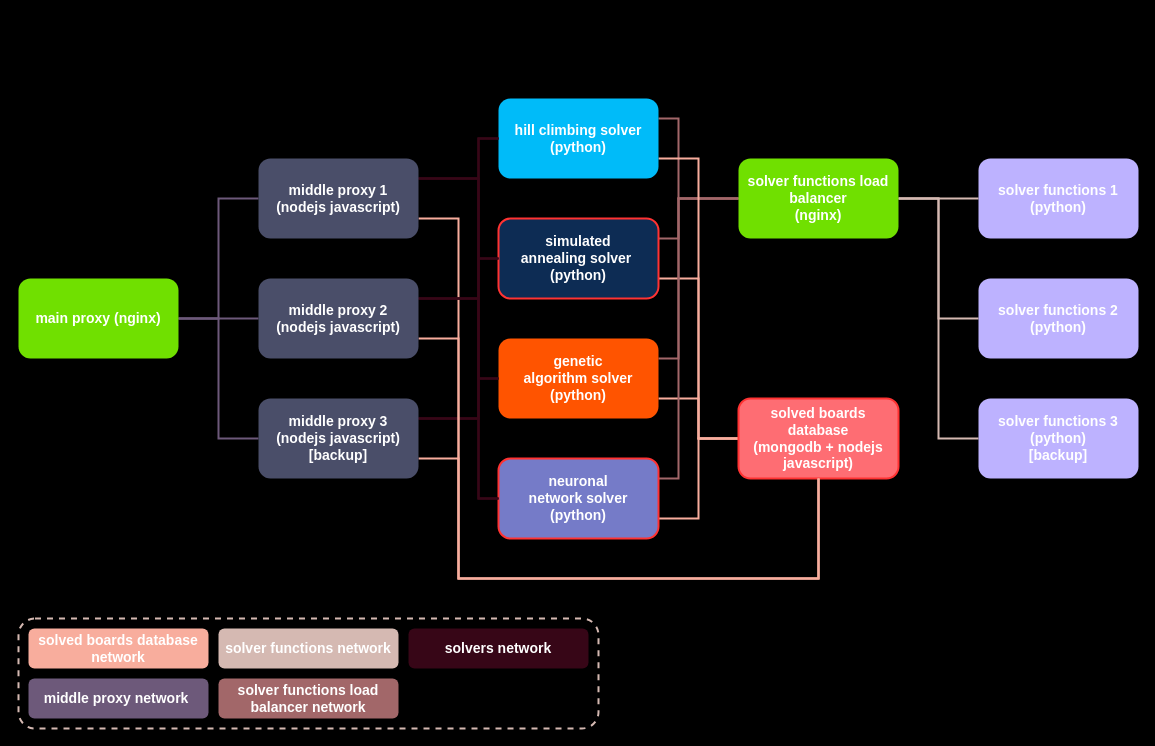
joseesco24/sudoku_solver keeps this draw.io diagram as images/sudoku_solver.drawio. Above is the earlier version. Source tidied: cells renumbered, new cells numbered last; positions are measured from the earlier drawing's top-left corner, leaving out a move shared by most shapes. Both pictures are drawn from the tidied source at 100%, with x=0, y=0 at pixel (18, 98).
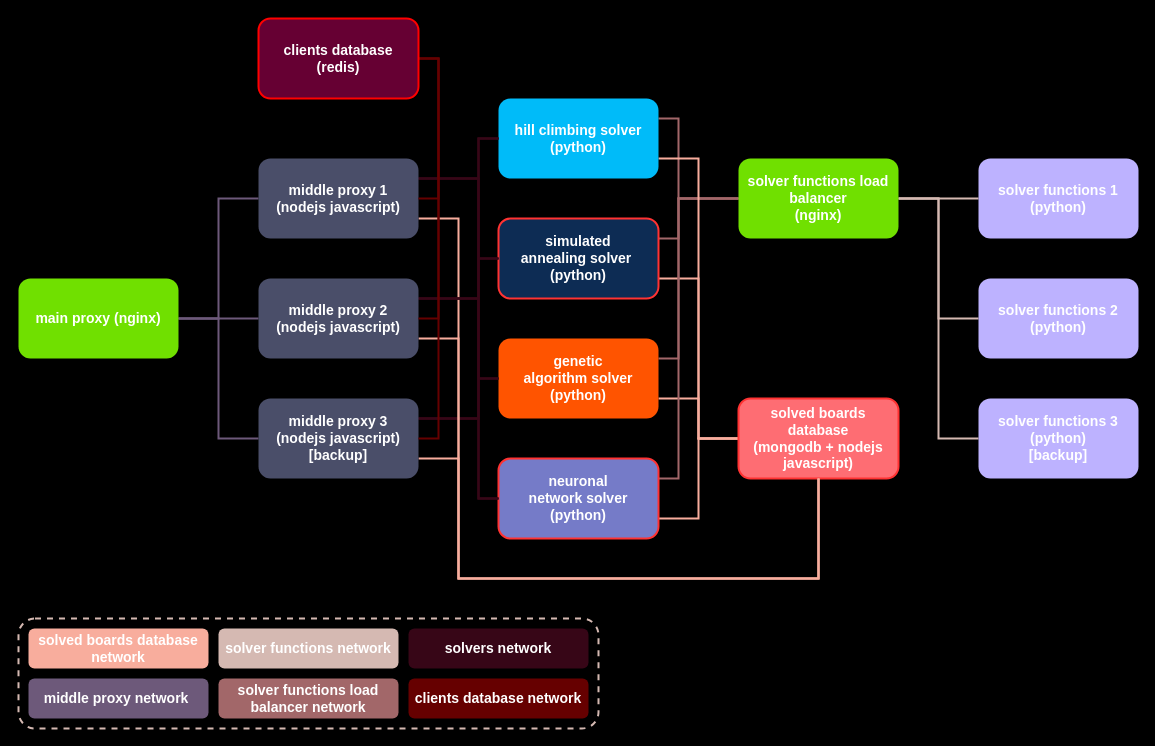
After the change.

Commit message (it also covers changes not shown here):
se incluyo un nuevo contenedor en el diseño de la aplicacion

Unchanged cells that the change refers to:
```xml
<mxCell id="36" value="&lt;font color=&quot;#ffffff&quot;&gt;&lt;span style=&quot;font-size: 14px&quot;&gt;&lt;b&gt;middle proxy&lt;/b&gt;&lt;/span&gt;&lt;b style=&quot;font-size: 14px&quot;&gt;&amp;nbsp;3&lt;/b&gt;&lt;br&gt;&lt;b style=&quot;font-size: 14px&quot;&gt;(nodejs javascript)&lt;/b&gt;&lt;br&gt;&lt;b style=&quot;font-size: 14px&quot;&gt;[backup]&lt;/b&gt;&lt;br&gt;&lt;/font&gt;" style="rounded=1;whiteSpace=wrap;html=1;strokeWidth=2;strokeColor=none;fillColor=#4a4e69;" parent="1" vertex="1">
  <mxGeometry x="240" y="300" width="160" height="80" as="geometry" />
</mxCell>
<mxCell id="43" value="&lt;font color=&quot;#ffffff&quot;&gt;&lt;span style=&quot;font-size: 14px&quot;&gt;&lt;b&gt;middle proxy&amp;nbsp;&lt;/b&gt;&lt;/span&gt;&lt;b style=&quot;font-size: 14px&quot;&gt;1&lt;/b&gt;&lt;br&gt;&lt;b style=&quot;font-size: 14px&quot;&gt;(nodejs javascript)&lt;/b&gt;&lt;/font&gt;" style="rounded=1;whiteSpace=wrap;html=1;strokeWidth=2;strokeColor=none;fillColor=#4a4e69;" parent="1" vertex="1">
  <mxGeometry x="240" y="60" width="160" height="80" as="geometry" />
</mxCell>
<mxCell id="49" value="&lt;font color=&quot;#ffffff&quot;&gt;&lt;span style=&quot;font-size: 14px&quot;&gt;&lt;b&gt;middle proxy&lt;/b&gt;&lt;/span&gt;&lt;b style=&quot;font-size: 14px&quot;&gt;&amp;nbsp;2&lt;/b&gt;&lt;br&gt;&lt;b style=&quot;font-size: 14px&quot;&gt;(nodejs javascript)&lt;/b&gt;&lt;/font&gt;" style="rounded=1;whiteSpace=wrap;html=1;strokeWidth=2;strokeColor=none;fillColor=#4a4e69;" parent="1" vertex="1">
  <mxGeometry x="240" y="180" width="160" height="80" as="geometry" />
</mxCell>
```

Change to the diagram source:
```diff
@@
+    <mxCell id="50" style="edgeStyle=orthogonalEdgeStyle;rounded=0;jettySize=auto;html=1;exitX=1;exitY=0.5;exitDx=0;exitDy=0;entryX=1;entryY=0.5;entryDx=0;entryDy=0;strokeWidth=2;endArrow=none;endFill=0;strokeColor=#660000;" parent="1" edge="1" source="53" target="43">
+      <mxGeometry relative="1" as="geometry" />
+    </mxCell>
+    <mxCell id="51" style="edgeStyle=orthogonalEdgeStyle;rounded=0;jettySize=auto;html=1;exitX=1;exitY=0.5;exitDx=0;exitDy=0;entryX=1;entryY=0.5;entryDx=0;entryDy=0;endArrow=none;endFill=0;strokeColor=#660000;strokeWidth=2;" parent="1" edge="1" source="53" target="49">
+      <mxGeometry relative="1" as="geometry" />
+    </mxCell>
+    <mxCell id="52" style="edgeStyle=orthogonalEdgeStyle;rounded=0;jettySize=auto;html=1;exitX=1;exitY=0.5;exitDx=0;exitDy=0;entryX=1;entryY=0.5;entryDx=0;entryDy=0;endArrow=none;endFill=0;strokeColor=#660000;strokeWidth=2;" parent="1" edge="1" source="53" target="36">
+      <mxGeometry relative="1" as="geometry" />
+    </mxCell>
+    <mxCell id="53" value="&lt;font color=&quot;#ffffff&quot; style=&quot;font-size: 14px&quot;&gt;&lt;b&gt;clients database&lt;br&gt;(redis)&lt;/b&gt;&lt;br&gt;&lt;/font&gt;" style="rounded=1;whiteSpace=wrap;html=1;strokeWidth=2;strokeColor=#FF0000;fillColor=#660033;" parent="1" vertex="1">
+      <mxGeometry x="240" y="-80" width="160" height="80" as="geometry" />
+    </mxCell>
+    <mxCell id="54" value="&lt;span style=&quot;font-size: 14px&quot;&gt;&lt;b&gt;clients database network&lt;/b&gt;&lt;/span&gt;" style="text;html=1;strokeColor=none;align=center;verticalAlign=middle;whiteSpace=wrap;rounded=1;shadow=0;glass=0;sketch=0;fontColor=#FFFFFF;fillColor=#660000;" parent="1" vertex="1">
+      <mxGeometry x="390" y="580" width="180" height="40" as="geometry" />
+    </mxCell>
```
